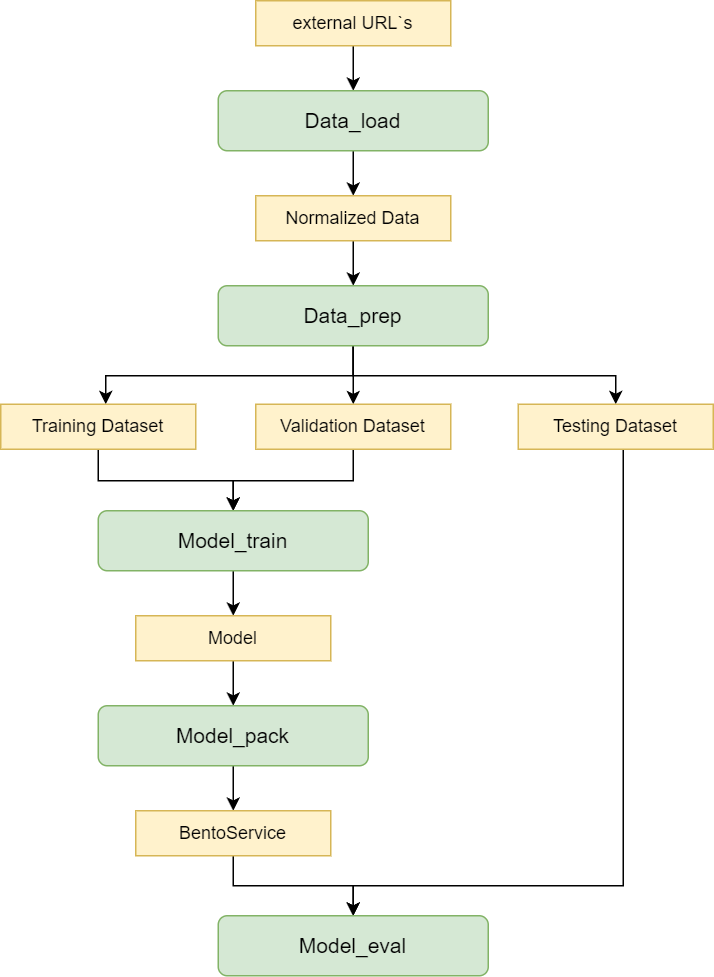
Earlier version of the draw.io export imgs/Structura_CV_Pipeline.drawio.png (4-DS/obj_detect_rest-data_load). Source tidied: cells renumbered, new cells last; positions are measured from the earlier drawing's top-left corner, leaving out a move shared by most shapes.
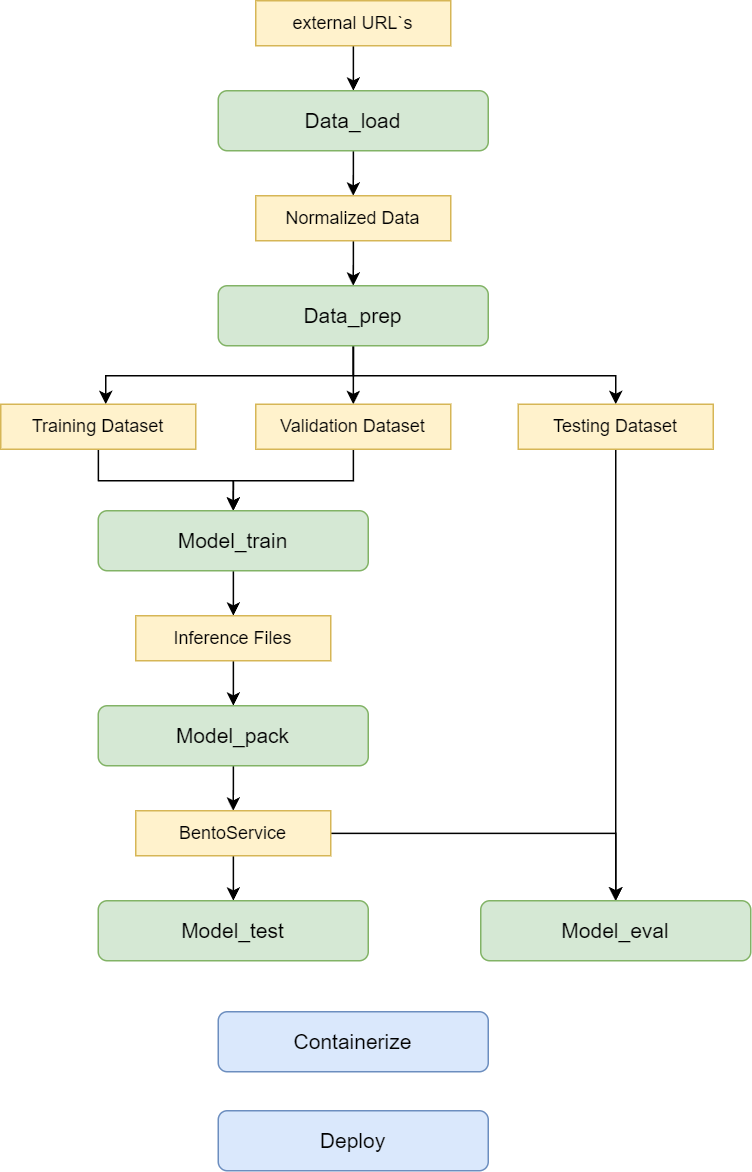
Above is the later version.

Change to the diagram source:
```diff
@@ -65,12 +65,7 @@
       <mxGeometry x="170" y="269" width="130" height="30" as="geometry" />
     </mxCell>
     <mxCell id="16" style="edgeStyle=orthogonalEdgeStyle;rounded=0;jettySize=auto;html=1;" parent="1" edge="1" source="17" target="26">
-      <mxGeometry relative="1" as="geometry">
-        <Array as="points">
-          <mxPoint x="415" y="590" />
-          <mxPoint x="235" y="590" />
-        </Array>
-      </mxGeometry>
+      <mxGeometry relative="1" as="geometry" />
     </mxCell>
     <mxCell id="17" value="Testing Dataset" style="rounded=0;whiteSpace=wrap;html=1;fillColor=#fff2cc;strokeColor=#d6b656;" parent="1" vertex="1">
       <mxGeometry x="345" y="269" width="130" height="30" as="geometry" />
@@ -84,7 +79,7 @@
     <mxCell id="20" style="edgeStyle=orthogonalEdgeStyle;rounded=0;jettySize=auto;html=1;" parent="1" edge="1" source="21" target="23">
       <mxGeometry relative="1" as="geometry" />
     </mxCell>
-    <mxCell id="21" value="Model" style="rounded=0;whiteSpace=wrap;html=1;fillColor=#fff2cc;strokeColor=#d6b656;" parent="1" vertex="1">
+    <mxCell id="21" value="Inference Files" style="rounded=0;whiteSpace=wrap;html=1;fillColor=#fff2cc;strokeColor=#d6b656;" parent="1" vertex="1">
       <mxGeometry x="90" y="410" width="130" height="30" as="geometry" />
     </mxCell>
     <mxCell id="22" style="edgeStyle=orthogonalEdgeStyle;rounded=0;jettySize=auto;html=1;entryX=0.5;entryY=0;entryDx=0;entryDy=0;" parent="1" edge="1" source="23" target="25">
@@ -93,14 +88,26 @@
     <mxCell id="23" value="&lt;font style=&quot;font-size: 14px;&quot;&gt;Model_pack&lt;/font&gt;" style="rounded=1;whiteSpace=wrap;html=1;fillColor=#d5e8d4;strokeColor=#82b366;" parent="1" vertex="1">
       <mxGeometry x="65" y="470" width="180" height="40" as="geometry" />
     </mxCell>
-    <mxCell id="24" style="edgeStyle=orthogonalEdgeStyle;rounded=0;jettySize=auto;html=1;entryX=0.5;entryY=0;entryDx=0;entryDy=0;" parent="1" edge="1" source="25" target="26">
+    <mxCell id="24" style="edgeStyle=orthogonalEdgeStyle;rounded=0;jettySize=auto;html=1;" parent="1" edge="1" source="25" target="26">
       <mxGeometry relative="1" as="geometry" />
     </mxCell>
+    <mxCell id="27" style="edgeStyle=orthogonalEdgeStyle;rounded=0;jettySize=auto;html=1;" parent="1" edge="1" source="25" target="30">
+      <mxGeometry relative="1" as="geometry" />
+    </mxCell>
     <mxCell id="25" value="BentoService" style="rounded=0;whiteSpace=wrap;html=1;fillColor=#fff2cc;strokeColor=#d6b656;" parent="1" vertex="1">
       <mxGeometry x="90" y="540" width="130" height="30" as="geometry" />
     </mxCell>
     <mxCell id="26" value="&lt;font style=&quot;font-size: 14px;&quot;&gt;Model_eval&lt;/font&gt;" style="rounded=1;whiteSpace=wrap;html=1;fillColor=#d5e8d4;strokeColor=#82b366;" parent="1" vertex="1">
-      <mxGeometry x="145" y="610" width="180" height="40" as="geometry" />
+      <mxGeometry x="320" y="600" width="180" height="40" as="geometry" />
     </mxCell>
+    <mxCell id="28" value="&lt;font style=&quot;font-size: 14px;&quot;&gt;Containerize&lt;/font&gt;" style="rounded=1;whiteSpace=wrap;html=1;fillColor=#dae8fc;strokeColor=#6c8ebf;" parent="1" vertex="1">
+      <mxGeometry x="145" y="674" width="180" height="40" as="geometry" />
+    </mxCell>
+    <mxCell id="29" value="&lt;font style=&quot;font-size: 14px;&quot;&gt;Deploy&lt;/font&gt;" style="rounded=1;whiteSpace=wrap;html=1;fillColor=#dae8fc;strokeColor=#6c8ebf;" parent="1" vertex="1">
+      <mxGeometry x="145" y="740" width="180" height="40" as="geometry" />
+    </mxCell>
+    <mxCell id="30" value="&lt;font style=&quot;font-size: 14px;&quot;&gt;Model_test&lt;/font&gt;" style="rounded=1;whiteSpace=wrap;html=1;fillColor=#d5e8d4;strokeColor=#82b366;" parent="1" vertex="1">
+      <mxGeometry x="65" y="600" width="180" height="40" as="geometry" />
+    </mxCell>
   </root>
 </mxGraphModel>
```
